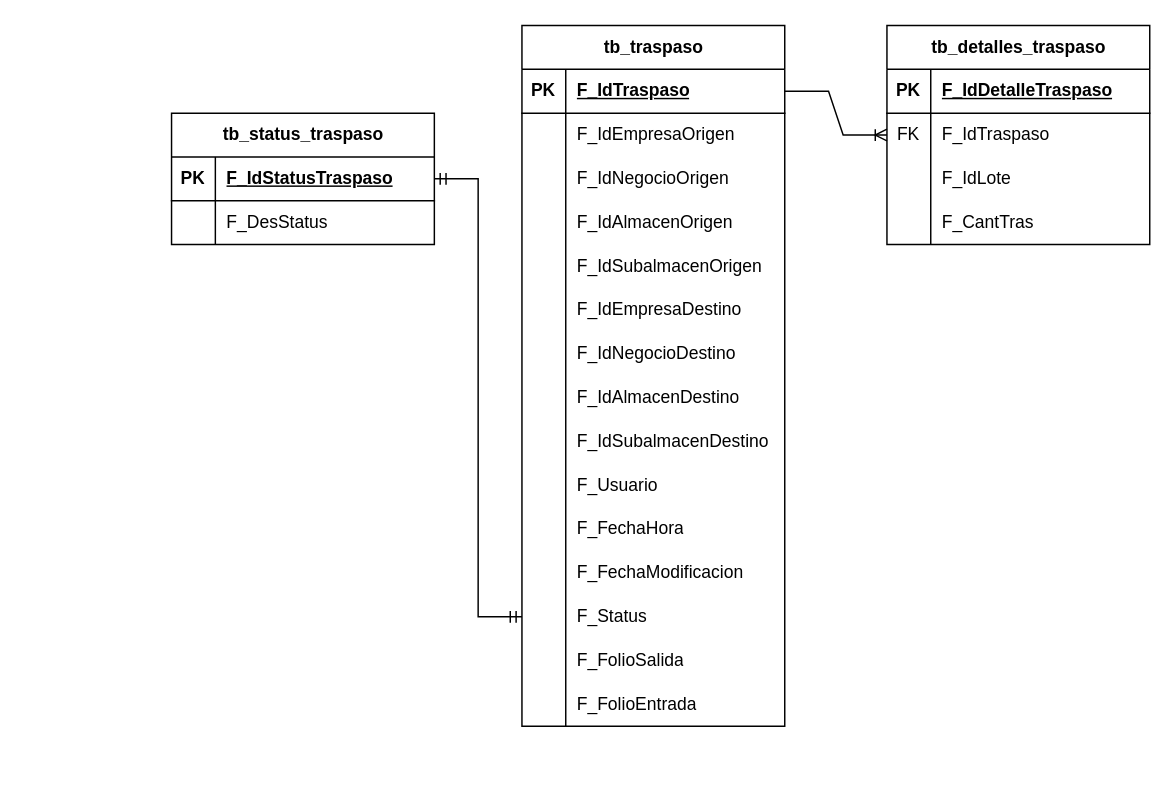
ErnestoDanielTafoyaMolinaCYM/clases-cat-cym keeps this draw.io diagram as TablaTraspasos.drawio. Above is the earlier version. Source tidied: cells renumbered, new cells numbered last; positions are measured from the earlier drawing's top-left corner, leaving out a move shared by most shapes. Both pictures are drawn from the tidied source at 146%, with x=0, y=0 at pixel (171, 25).
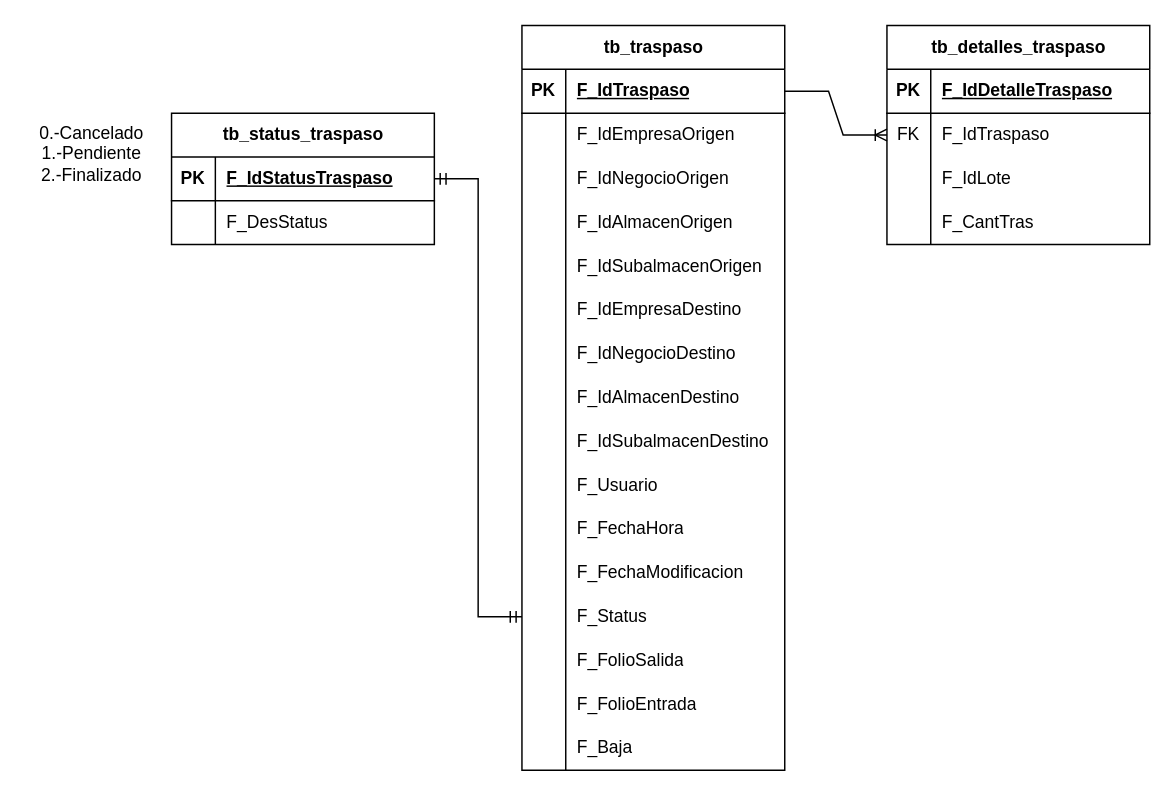
Above is the later version.

Change to the diagram source:
```diff
@@
     <mxCell id="2" value="tb_traspaso" style="shape=table;startSize=30;childLayout=tableLayout;rowLines=0;fontStyle=1;align=center;html=1;" parent="1" vertex="1">
-      <mxGeometry x="240" width="180" height="480" as="geometry" />
+      <mxGeometry x="240" width="180" height="510" as="geometry" />
     </mxCell>
@@
+    <mxCell id="70" style="shape=tableRow;horizontal=0;startSize=0;swimlaneHead=0;swimlaneBody=0;fillColor=none;top=0;left=0;right=0;bottom=0;" parent="2" vertex="1">
+      <mxGeometry y="480" width="180" height="30" as="geometry" />
+    </mxCell>
+    <mxCell id="71" style="shape=partialRectangle;fillColor=none;top=0;left=0;bottom=0;right=0;overflow=hidden;whiteSpace=wrap;html=1;" parent="70" vertex="1">
+      <mxGeometry width="30" height="30" as="geometry" />
+    </mxCell>
+    <mxCell id="72" value="F_Baja" style="shape=partialRectangle;fillColor=none;top=0;left=0;bottom=0;right=0;align=left;spacingLeft=6;overflow=hidden;whiteSpace=wrap;html=1;" parent="70" vertex="1">
+      <mxGeometry x="30" width="150" height="30" as="geometry" />
+    </mxCell>
@@
+    <mxCell id="73" value="0.-Cancelado&lt;div&gt;1.-Pendiente&lt;/div&gt;&lt;div&gt;2.-Finalizado&lt;/div&gt;&lt;div&gt;&lt;br&gt;&lt;/div&gt;" style="text;html=1;align=center;verticalAlign=middle;strokeColor=none;fillColor=none;" parent="1" vertex="1">
+      <mxGeometry x="-100" y="60" width="90" height="70" as="geometry" />
+    </mxCell>
```
